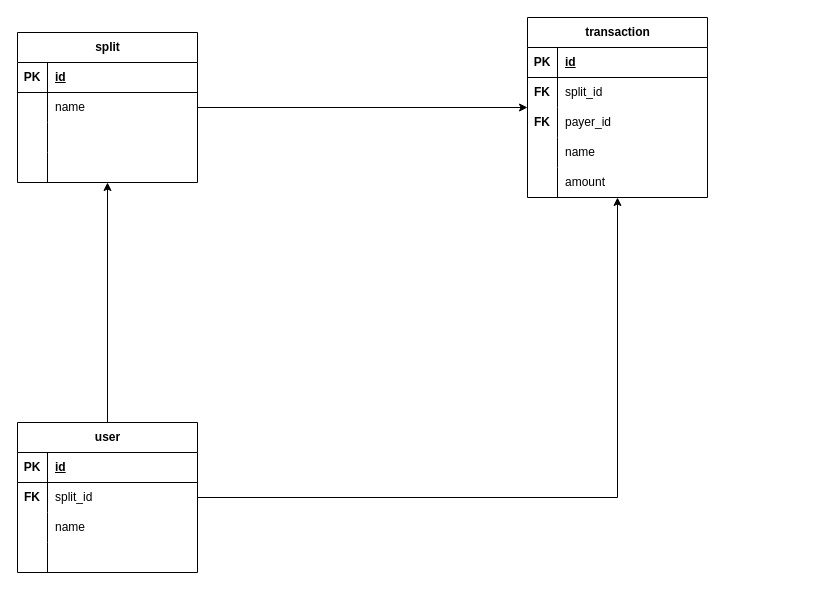
Above: backend/ERM.drawio in philippderroole/Splittery (draw.io), before the change. Source tidied: cells renumbered, new cells numbered last; positions are measured from the earlier drawing's top-left corner, leaving out a move shared by most shapes. Both pictures are drawn from the tidied source at 100%, with x=0, y=0 at pixel (17, 17).
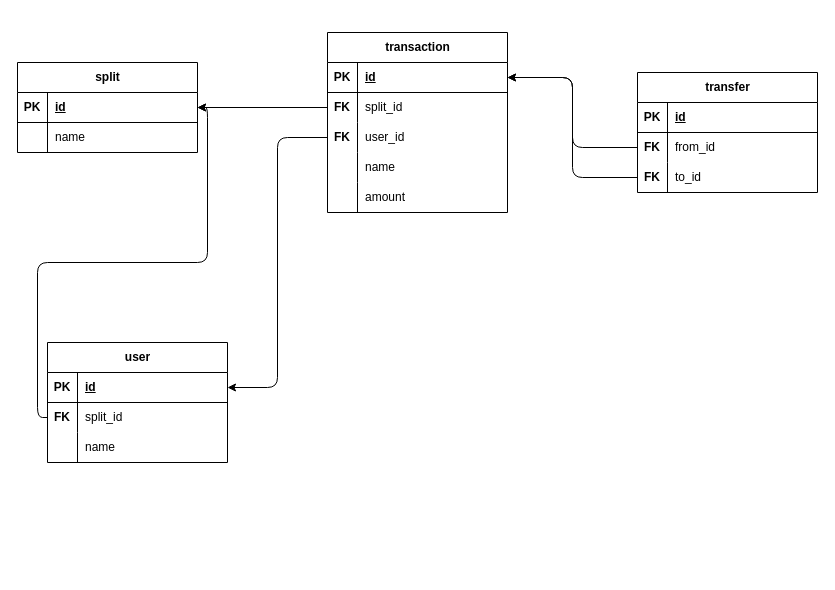
Above is the later version.

Unchanged cells that the change refers to:
```xml
<mxCell id="4" style="shape=tableRow;horizontal=0;startSize=0;swimlaneHead=0;swimlaneBody=0;fillColor=none;points=[[0,0.5],[1,0.5]];portConstraint=eastwest;top=0;left=0;right=0;bottom=1;" parent="3" vertex="1">
  <mxGeometry y="30" width="180" height="30" as="geometry" />
</mxCell>
<mxCell id="17" style="shape=tableRow;horizontal=0;startSize=0;swimlaneHead=0;swimlaneBody=0;fillColor=none;points=[[0,0.5],[1,0.5]];portConstraint=eastwest;top=0;left=0;right=0;bottom=1;" parent="16" vertex="1">
  <mxGeometry y="30" width="180" height="30" as="geometry" />
</mxCell>
<mxCell id="20" style="shape=tableRow;horizontal=0;startSize=0;swimlaneHead=0;swimlaneBody=0;fillColor=none;points=[[0,0.5],[1,0.5]];portConstraint=eastwest;top=0;left=0;right=0;bottom=0;" parent="16" vertex="1">
  <mxGeometry y="60" width="180" height="30" as="geometry" />
</mxCell>
<mxCell id="23" style="shape=tableRow;horizontal=0;startSize=0;swimlaneHead=0;swimlaneBody=0;fillColor=none;points=[[0,0.5],[1,0.5]];portConstraint=eastwest;top=0;left=0;right=0;bottom=0;" parent="16" vertex="1">
  <mxGeometry y="90" width="180" height="30" as="geometry" />
</mxCell>
<mxCell id="35" style="shape=tableRow;horizontal=0;startSize=0;swimlaneHead=0;swimlaneBody=0;fillColor=none;points=[[0,0.5],[1,0.5]];portConstraint=eastwest;top=0;left=0;right=0;bottom=1;" parent="34" vertex="1">
  <mxGeometry y="30" width="180" height="30" as="geometry" />
</mxCell>
<mxCell id="38" style="shape=tableRow;horizontal=0;startSize=0;swimlaneHead=0;swimlaneBody=0;fillColor=none;points=[[0,0.5],[1,0.5]];portConstraint=eastwest;top=0;left=0;right=0;bottom=0;" parent="34" vertex="1">
  <mxGeometry y="60" width="180" height="30" as="geometry" />
</mxCell>
```

What changed in the source:
```diff
@@
-    <mxCell id="2" style="edgeStyle=orthogonalEdgeStyle;rounded=0;jettySize=auto;html=1;" parent="1" edge="1" source="3" target="16">
-      <mxGeometry relative="1" as="geometry" />
-    </mxCell>
     <mxCell id="3" value="split" style="shape=table;startSize=30;childLayout=tableLayout;rowLines=0;fontStyle=1;align=center;html=1;" parent="1" vertex="1">
-      <mxGeometry y="15" width="180" height="150" as="geometry" />
+      <mxGeometry y="45" width="180" height="90" as="geometry" />
     </mxCell>
@@
-    <mxCell id="10" style="shape=tableRow;horizontal=0;startSize=0;swimlaneHead=0;swimlaneBody=0;fillColor=none;points=[[0,0.5],[1,0.5]];portConstraint=eastwest;top=0;left=0;right=0;bottom=0;" parent="3" vertex="1">
-      <mxGeometry y="90" width="180" height="30" as="geometry" />
-    </mxCell>
-    <mxCell id="11" style="shape=partialRectangle;fillColor=none;top=0;left=0;bottom=0;right=0;overflow=hidden;whiteSpace=wrap;html=1;" parent="10" vertex="1">
-      <mxGeometry width="30" height="30" as="geometry" />
-    </mxCell>
-    <mxCell id="12" style="shape=partialRectangle;fillColor=none;top=0;left=0;bottom=0;right=0;align=left;spacingLeft=6;overflow=hidden;whiteSpace=wrap;html=1;" parent="10" vertex="1">
-      <mxGeometry x="30" width="150" height="30" as="geometry" />
-    </mxCell>
-    <mxCell id="13" style="shape=tableRow;horizontal=0;startSize=0;swimlaneHead=0;swimlaneBody=0;fillColor=none;top=0;left=0;right=0;bottom=0;" parent="3" vertex="1">
-      <mxGeometry y="120" width="180" height="30" as="geometry" />
-    </mxCell>
-    <mxCell id="14" style="shape=partialRectangle;fillColor=none;top=0;left=0;bottom=0;right=0;overflow=hidden;whiteSpace=wrap;html=1;" parent="13" vertex="1">
-      <mxGeometry width="30" height="30" as="geometry" />
-    </mxCell>
-    <mxCell id="15" style="shape=partialRectangle;fillColor=none;top=0;left=0;bottom=0;right=0;align=left;spacingLeft=6;overflow=hidden;whiteSpace=wrap;html=1;" parent="13" vertex="1">
-      <mxGeometry x="30" width="150" height="30" as="geometry" />
-    </mxCell>
     <mxCell id="16" value="transaction" style="shape=table;startSize=30;childLayout=tableLayout;rowLines=0;fontStyle=1;align=center;html=1;" parent="1" vertex="1">
-      <mxGeometry x="510" width="180" height="180" as="geometry" />
+      <mxGeometry x="310" y="15" width="180" height="180" as="geometry" />
     </mxCell>
@@
-    <mxCell id="25" value="payer_id" style="shape=partialRectangle;fillColor=none;top=0;left=0;bottom=0;right=0;align=left;spacingLeft=6;overflow=hidden;whiteSpace=wrap;html=1;" parent="23" vertex="1">
+    <mxCell id="25" value="user_id" style="shape=partialRectangle;fillColor=none;top=0;left=0;bottom=0;right=0;align=left;spacingLeft=6;overflow=hidden;whiteSpace=wrap;html=1;" parent="23" vertex="1">
       <mxGeometry x="30" width="150" height="30" as="geometry" />
     </mxCell>
@@
-    <mxCell id="32" style="edgeStyle=orthogonalEdgeStyle;rounded=0;jettySize=auto;html=1;" parent="1" edge="1" source="34" target="16">
-      <mxGeometry relative="1" as="geometry" />
-    </mxCell>
-    <mxCell id="33" style="edgeStyle=orthogonalEdgeStyle;html=1;rounded=0;" parent="1" edge="1" source="34" target="3">
-      <mxGeometry relative="1" as="geometry" />
-    </mxCell>
     <mxCell id="34" value="user" style="shape=table;startSize=30;childLayout=tableLayout;rowLines=0;fontStyle=1;align=center;html=1;" parent="1" vertex="1">
-      <mxGeometry y="405" width="180" height="150" as="geometry" />
+      <mxGeometry x="30" y="325" width="180" height="120" as="geometry" />
     </mxCell>
@@
-    <mxCell id="44" style="shape=tableRow;horizontal=0;startSize=0;swimlaneHead=0;swimlaneBody=0;fillColor=none;top=0;left=0;right=0;bottom=0;" parent="34" vertex="1">
-      <mxGeometry y="120" width="180" height="30" as="geometry" />
-    </mxCell>
-    <mxCell id="45" style="shape=partialRectangle;fillColor=none;top=0;left=0;bottom=0;right=0;overflow=hidden;whiteSpace=wrap;html=1;" parent="44" vertex="1">
-      <mxGeometry width="30" height="30" as="geometry" />
-    </mxCell>
-    <mxCell id="46" style="shape=partialRectangle;fillColor=none;top=0;left=0;bottom=0;right=0;align=left;spacingLeft=6;overflow=hidden;whiteSpace=wrap;html=1;" parent="44" vertex="1">
-      <mxGeometry x="30" width="150" height="30" as="geometry" />
-    </mxCell>
+    <mxCell id="47" style="edgeStyle=orthogonalEdgeStyle;html=1;" parent="1" edge="1" source="20" target="4">
+      <mxGeometry relative="1" as="geometry" />
+    </mxCell>
+    <mxCell id="48" style="edgeStyle=orthogonalEdgeStyle;html=1;" parent="1" edge="1" source="23" target="35">
+      <mxGeometry relative="1" as="geometry" />
+    </mxCell>
+    <mxCell id="49" style="edgeStyle=orthogonalEdgeStyle;html=1;" parent="1" edge="1" source="38" target="4">
+      <mxGeometry relative="1" as="geometry" />
+    </mxCell>
+    <mxCell id="50" value="transfer" style="shape=table;startSize=30;childLayout=tableLayout;rowLines=0;fontStyle=1;align=center;html=1;" parent="1" vertex="1">
+      <mxGeometry x="620" y="55" width="180" height="120" as="geometry" />
+    </mxCell>
+    <mxCell id="51" style="shape=tableRow;horizontal=0;startSize=0;swimlaneHead=0;swimlaneBody=0;fillColor=none;top=0;left=0;right=0;bottom=1;" parent="50" vertex="1">
+      <mxGeometry y="30" width="180" height="30" as="geometry" />
+    </mxCell>
+    <mxCell id="52" value="PK" style="shape=partialRectangle;fillColor=none;top=0;left=0;bottom=0;right=0;fontStyle=1;overflow=hidden;whiteSpace=wrap;html=1;" parent="51" vertex="1">
+      <mxGeometry width="30" height="30" as="geometry" />
+    </mxCell>
+    <mxCell id="53" value="id" style="shape=partialRectangle;fillColor=none;top=0;left=0;bottom=0;right=0;align=left;spacingLeft=6;fontStyle=5;overflow=hidden;whiteSpace=wrap;html=1;" parent="51" vertex="1">
+      <mxGeometry x="30" width="150" height="30" as="geometry" />
+    </mxCell>
+    <mxCell id="54" style="shape=tableRow;horizontal=0;startSize=0;swimlaneHead=0;swimlaneBody=0;fillColor=none;points=[[0,0.5],[1,0.5]];portConstraint=eastwest;top=0;left=0;right=0;bottom=0;" parent="50" vertex="1">
+      <mxGeometry y="60" width="180" height="30" as="geometry" />
+    </mxCell>
+    <mxCell id="55" value="&lt;b&gt;FK&lt;/b&gt;" style="shape=partialRectangle;fillColor=none;top=0;left=0;bottom=0;right=0;overflow=hidden;whiteSpace=wrap;html=1;" parent="54" vertex="1">
+      <mxGeometry width="30" height="30" as="geometry" />
+    </mxCell>
+    <mxCell id="56" value="from_id" style="shape=partialRectangle;fillColor=none;top=0;left=0;bottom=0;right=0;align=left;spacingLeft=6;overflow=hidden;whiteSpace=wrap;html=1;" parent="54" vertex="1">
+      <mxGeometry x="30" width="150" height="30" as="geometry" />
+    </mxCell>
+    <mxCell id="10" style="shape=tableRow;horizontal=0;startSize=0;swimlaneHead=0;swimlaneBody=0;fillColor=none;points=[[0,0.5],[1,0.5]];portConstraint=eastwest;top=0;left=0;right=0;bottom=0;" parent="50" vertex="1">
+      <mxGeometry y="90" width="180" height="30" as="geometry" />
+    </mxCell>
+    <mxCell id="57" value="&lt;b&gt;FK&lt;/b&gt;" style="shape=partialRectangle;fillColor=none;top=0;left=0;bottom=0;right=0;overflow=hidden;whiteSpace=wrap;html=1;" parent="10" vertex="1">
+      <mxGeometry width="30" height="30" as="geometry" />
+    </mxCell>
+    <mxCell id="58" value="to_id" style="shape=partialRectangle;fillColor=none;top=0;left=0;bottom=0;right=0;align=left;spacingLeft=6;overflow=hidden;whiteSpace=wrap;html=1;" parent="10" vertex="1">
+      <mxGeometry x="30" width="150" height="30" as="geometry" />
+    </mxCell>
+    <mxCell id="59" style="edgeStyle=orthogonalEdgeStyle;html=1;" parent="1" edge="1" source="54" target="17">
+      <mxGeometry relative="1" as="geometry" />
+    </mxCell>
+    <mxCell id="60" style="edgeStyle=orthogonalEdgeStyle;html=1;entryX=1;entryY=0.5;entryDx=0;entryDy=0;" parent="1" edge="1" source="10" target="17">
+      <mxGeometry relative="1" as="geometry" />
+    </mxCell>
```
